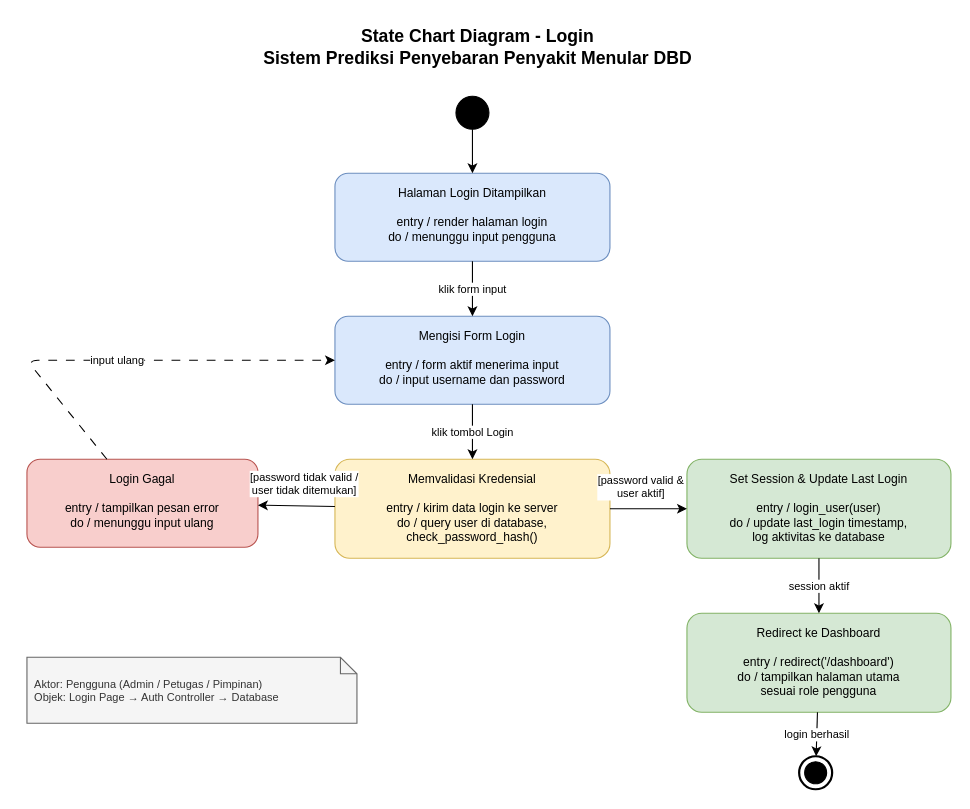
This is Dokumen/UML/state_chart_login.drawio from Suwardi87/prediksi-DBD, a draw.io file, before an edit. Source tidied: cells renumbered, new cells numbered last; positions are measured from the earlier drawing's top-left corner, leaving out a move shared by most shapes. Both pictures are drawn from the tidied source at 110%, with x=0, y=0 at pixel (26, 19).
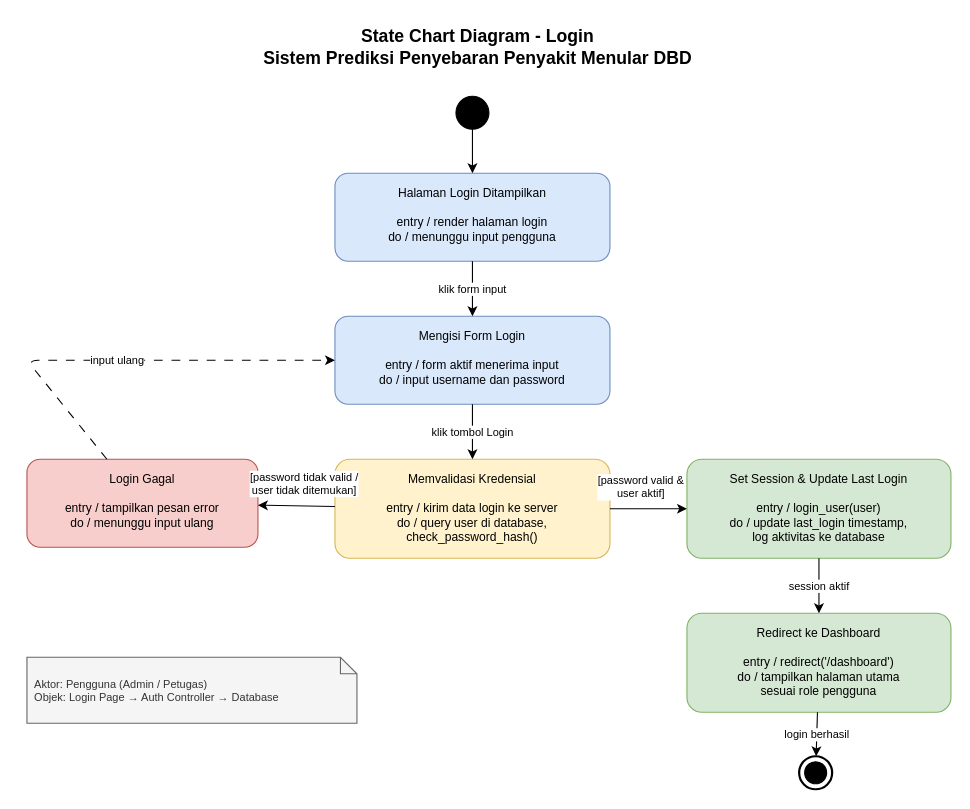
The same diagram, later.

Diff of the diagram source:
```diff
@@
-    <mxCell id="20" value="Aktor: Pengguna (Admin / Petugas / Pimpinan)&#10;Objek: Login Page → Auth Controller → Database" style="shape=note;whiteSpace=wrap;html=1;backgroundOutline=1;size=15;fillColor=#f5f5f5;strokeColor=#666666;fontColor=#333333;fontSize=10;align=left;spacingLeft=5;" parent="1" vertex="1">
+    <mxCell id="20" value="Aktor: Pengguna (Admin / Petugas)&#10;Objek: Login Page → Auth Controller → Database" style="shape=note;whiteSpace=wrap;html=1;backgroundOutline=1;size=15;fillColor=#f5f5f5;strokeColor=#666666;fontColor=#333333;fontSize=10;align=left;spacingLeft=5;" parent="1" vertex="1">
       <mxGeometry y="580" width="300" height="60" as="geometry" />
     </mxCell>
```
